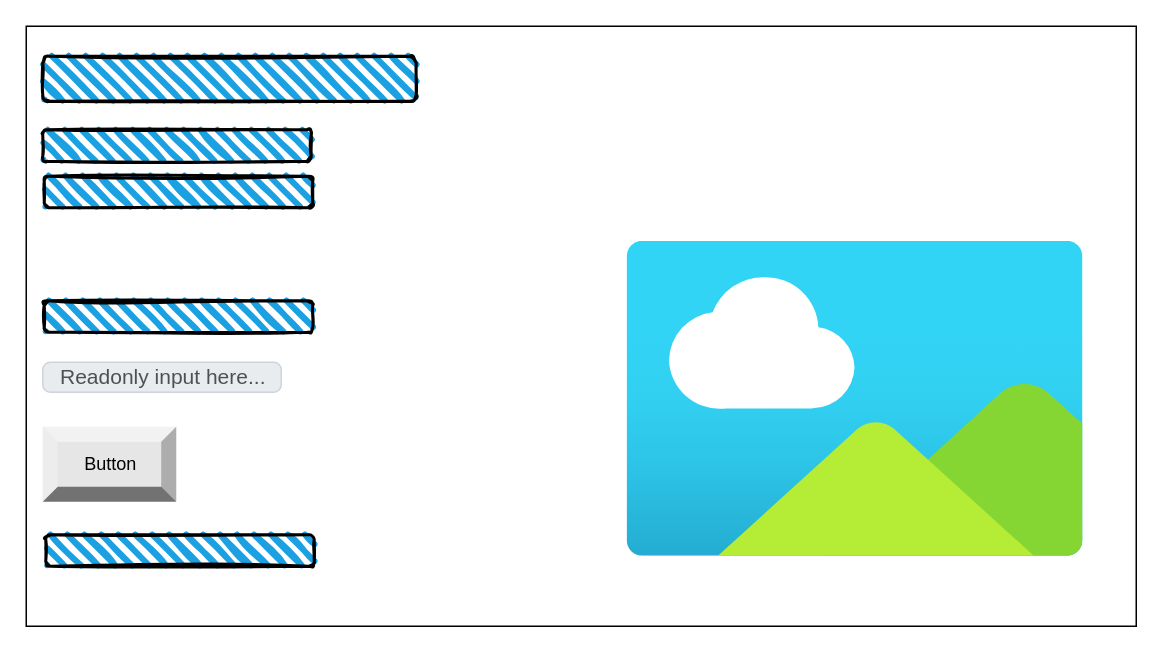
Above: page "Page-2" (2 of 2) of design/story-board.drawio in ekaterina-chernykh/ICS20-Unit-5-03 (draw.io), before the change. Source tidied: cells renumbered, new cells numbered last; positions are measured from the earlier drawing's top-left corner, leaving out a move shared by most shapes. Both pictures are drawn from the tidied source at 150%, with x=0, y=0 at pixel (26, 26).
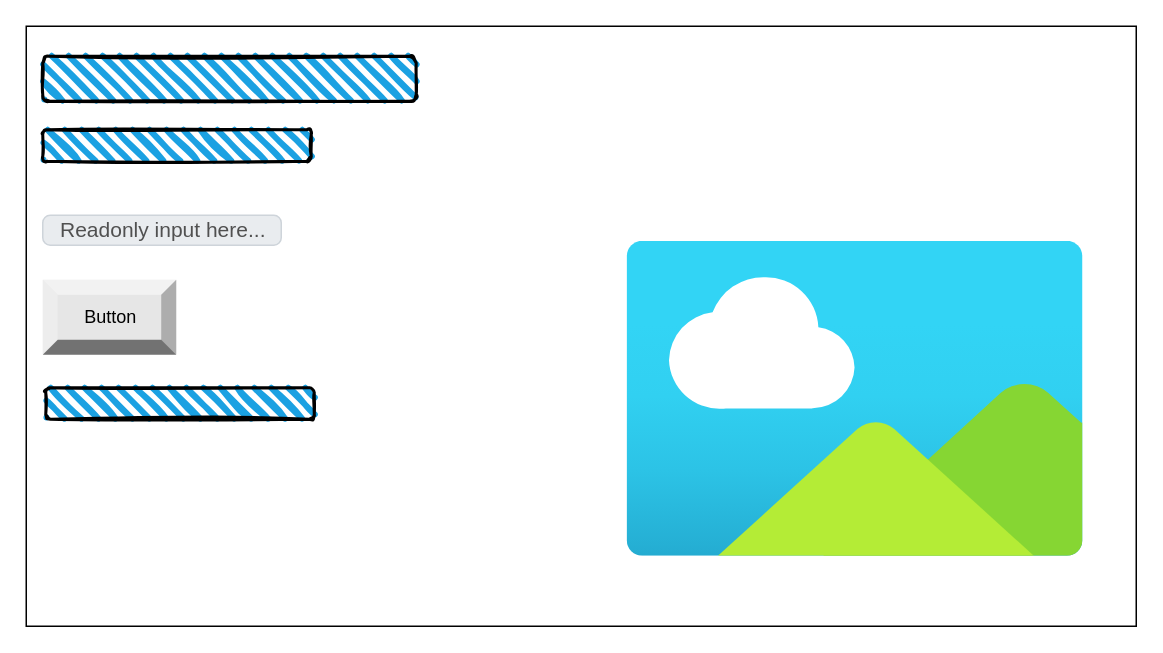
After the change.

The edit, as a diff of the source:
```diff
@@
 <mxGraphModel>
   <root>
     <mxCell id="0" />
     <mxCell id="1" parent="0" />
     <mxCell id="2" style="rounded=0;whiteSpace=wrap;html=1;" parent="1" vertex="1">
       <mxGeometry width="740" height="400" as="geometry" />
     </mxCell>
     <mxCell id="3" style="rounded=1;whiteSpace=wrap;html=1;strokeWidth=2;fillWeight=4;hachureGap=8;hachureAngle=45;fillColor=#1ba1e2;sketch=1;" parent="1" vertex="1">
       <mxGeometry x="11" y="20" width="249" height="30" as="geometry" />
     </mxCell>
-    <mxCell id="4" style="rounded=1;whiteSpace=wrap;html=1;strokeWidth=2;fillWeight=4;hachureGap=8;hachureAngle=45;fillColor=#1ba1e2;sketch=1;" parent="1" vertex="1">
-      <mxGeometry x="12" y="100" width="179" height="21" as="geometry" />
-    </mxCell>
     <mxCell id="5" style="rounded=1;whiteSpace=wrap;html=1;strokeWidth=2;fillWeight=4;hachureGap=8;hachureAngle=45;fillColor=#1ba1e2;sketch=1;" parent="1" vertex="1">
       <mxGeometry x="11" y="69" width="179" height="21" as="geometry" />
     </mxCell>
-    <mxCell id="6" style="rounded=1;whiteSpace=wrap;html=1;strokeWidth=2;fillWeight=4;hachureGap=8;hachureAngle=45;fillColor=#1ba1e2;sketch=1;" parent="1" vertex="1">
-      <mxGeometry x="12" y="183" width="179" height="21" as="geometry" />
-    </mxCell>
     <mxCell id="7" value="Readonly input here..." style="html=1;shadow=0;dashed=0;shape=mxgraph.bootstrap.rrect;rSize=5;strokeColor=#CED4DA;strokeWidth=1;fillColor=#E9ECEF;fontColor=#505050;whiteSpace=wrap;align=left;verticalAlign=middle;spacingLeft=10;fontSize=14;" parent="1" vertex="1">
-      <mxGeometry x="11" y="224" width="159" height="20" as="geometry" />
+      <mxGeometry x="11" y="126" width="159" height="20" as="geometry" />
     </mxCell>
     <mxCell id="8" value="Button" style="labelPosition=center;verticalLabelPosition=middle;align=center;html=1;shape=mxgraph.basic.shaded_button;dx=10;fillColor=#E6E6E6;strokeColor=none;" parent="1" vertex="1">
-      <mxGeometry x="11" y="267" width="89" height="50" as="geometry" />
+      <mxGeometry x="11" y="169" width="89" height="50" as="geometry" />
     </mxCell>
     <mxCell id="9" style="html=1;align=center;image;fontSize=12;image=img/lib/azure2/general/Image.svg;fillColor=#BA6D07;" parent="1" vertex="1">
       <mxGeometry x="400" y="143.5" width="305.4" height="210" as="geometry" />
     </mxCell>
     <mxCell id="10" style="rounded=1;whiteSpace=wrap;html=1;strokeWidth=2;fillWeight=4;hachureGap=8;hachureAngle=45;fillColor=#1ba1e2;sketch=1;" parent="1" vertex="1">
-      <mxGeometry x="13" y="339" width="179" height="21" as="geometry" />
+      <mxGeometry x="13" y="241" width="179" height="21" as="geometry" />
     </mxCell>
   </root>
 </mxGraphModel>
```
